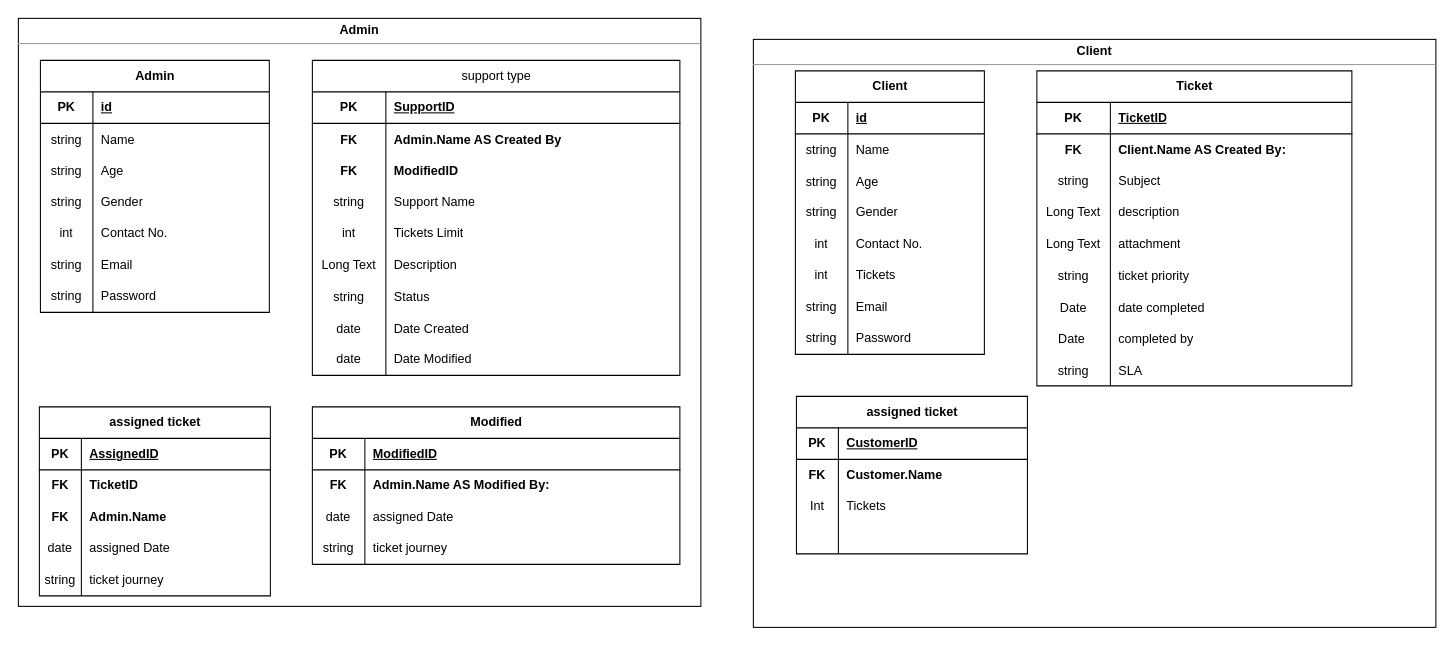
Before: hackdesk-erd.drawio in clydeaaron/hackdesk-erd, a draw.io diagram. Source tidied: cells renumbered, new cells numbered last; positions are measured from the earlier drawing's top-left corner, leaving out a move shared by most shapes. Both pictures are drawn from the tidied source at 105%, with x=0, y=0 at pixel (18, 18).
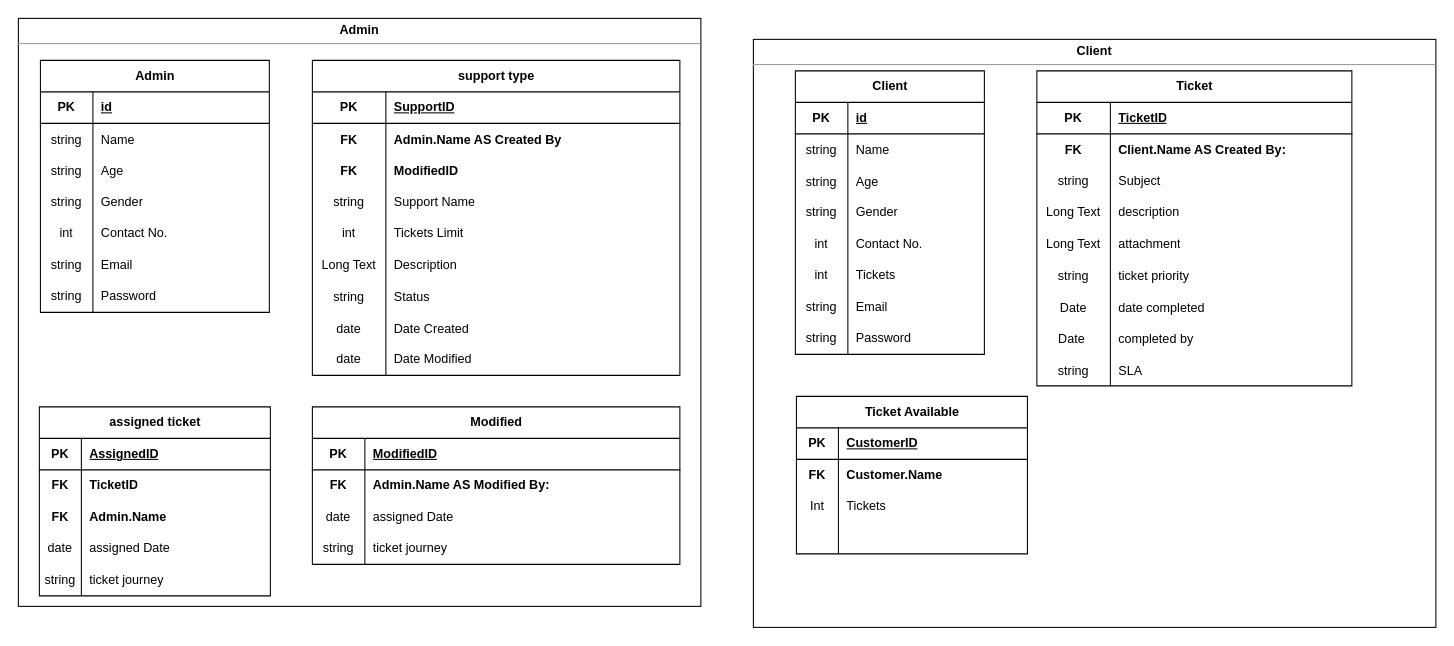
Above is the later version.

Commit message:
Update for ticket available

Change to the diagram source:
```diff
@@
-    <mxCell id="79" value="support type" style="shape=table;startSize=30;childLayout=tableLayout;rowLines=0;fontStyle=0;align=center;html=1;" parent="1" vertex="1">
+    <mxCell id="79" value="&lt;b&gt;support type&lt;/b&gt;" style="shape=table;startSize=30;childLayout=tableLayout;rowLines=0;fontStyle=0;align=center;html=1;" parent="1" vertex="1">
       <mxGeometry x="280" y="40" width="350" height="300" as="geometry" />
     </mxCell>
@@
-    <mxCell id="136" value="assigned ticket" style="shape=table;startSize=30;childLayout=tableLayout;rowLines=0;fontStyle=1;align=center;html=1;" parent="1" vertex="1">
+    <mxCell id="136" value="Ticket Available" style="shape=table;startSize=30;childLayout=tableLayout;rowLines=0;fontStyle=1;align=center;html=1;" parent="1" vertex="1">
       <mxGeometry x="741" y="360" width="220" height="150" as="geometry" />
     </mxCell>
```
